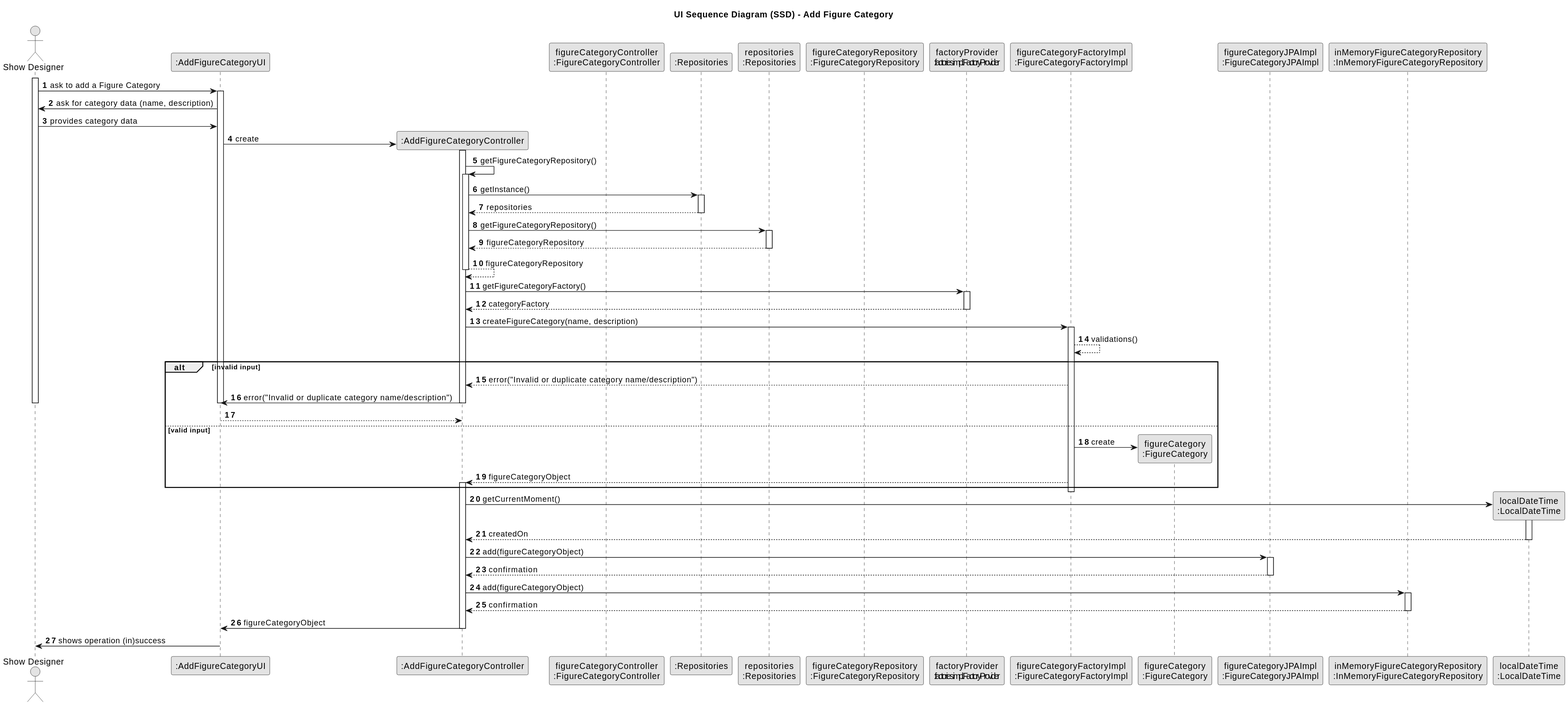
The PlantUML diagram docs/planning/sprint2/EAPLI/US245 - Add figure category/03.design/svg/us245-sequence-diagram-full.svg in SAEmanuel/Shodrone_ISEP, before a commit.
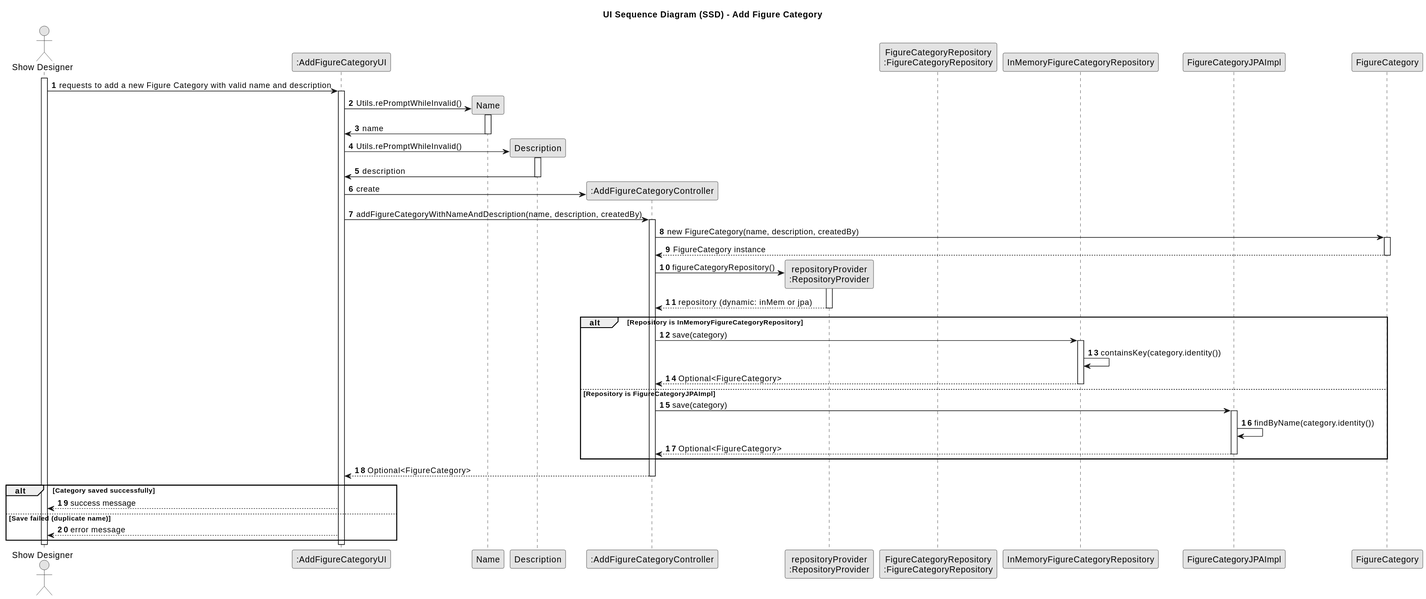
After the change.

Diff of the diagram source:
```diff
@@ -7,101 +7,70 @@
 
 autonumber
 
-actor "Show Designer" as showDesigner
+actor "Show Designer" as SD
 participant ":AddFigureCategoryUI" as UI
+participant "Name" as name
+participant "Description" as desc
 participant ":AddFigureCategoryController" as CTRL
-participant "figureCategoryController\n:FigureCategoryController" as catCtrl
-participant ":Repositories" as RepositorySingleton
-participant "repositories\n:Repositories" as PLAT
-participant "figureCategoryRepository\n:FigureCategoryRepository" as catRepo
+participant "repositoryProvider\n:RepositoryProvider" as provider
+participant "FigureCategoryRepository\n:FigureCategoryRepository" as interface
+participant "InMemoryFigureCategoryRepository" as inMem
+participant "FigureCategoryJPAImpl" as jpa
+participant "FigureCategory" as category
 
-participant "factoryProvider\n:FactoryProvider" as factProv
-participant "figureCategoryFactoryImpl\n:FigureCategoryFactoryImpl" as catFactImpl
-participant "figureCategory\n:FigureCategory" as figureCategory
-participant "figureCategoryJPAImpl\n:FigureCategoryJPAImpl" as catJPA
-participant "inMemoryFigureCategoryRepository\n:InMemoryFigureCategoryRepository" as catMem
+activate SD
 
-participant "localDateTime\n:LocalDateTime" as localTime
+SD -> UI : requests to add a new Figure Category with valid name and description
+activate UI
 
-activate showDesigner
+UI -> name**: Utils.rePromptWhileInvalid()
+activate name
+name -> UI: name
+deactivate name
 
-    showDesigner -> UI : ask to add a Figure Category
-    activate UI
+UI -> desc**: Utils.rePromptWhileInvalid()
+activate desc
+desc -> UI: description
+deactivate desc
 
-    UI -> showDesigner : ask for category data (name, description)
-    showDesigner -> UI : provides category data
+UI -> CTRL **: create
+UI -> CTRL : addFigureCategoryWithNameAndDescription(name, description, createdBy)
+activate CTRL
 
-    UI -> CTRL** : create
+CTRL -> category : new FigureCategory(name, description, createdBy)
+activate category
+category --> CTRL : FigureCategory instance
+deactivate category
 
-    activate CTRL
+CTRL -> provider ** : figureCategoryRepository()
+activate provider
+provider --> CTRL : repository (dynamic: inMem or jpa)
+deactivate provider
 
-        CTRL -> CTRL : getFigureCategoryRepository()
-        activate CTRL
+alt Repository is InMemoryFigureCategoryRepository
+    CTRL -> inMem: save(category)
+    activate inMem
+    inMem -> inMem: containsKey(category.identity())
+    inMem --> CTRL: Optional<FigureCategory>
+    deactivate inMem
 
-            CTRL -> RepositorySingleton : getInstance()
-            activate RepositorySingleton
+else Repository is FigureCategoryJPAImpl
+    CTRL -> jpa: save(category)
+    activate jpa
+    jpa -> jpa: findByName(category.identity())
+    jpa --> CTRL: Optional<FigureCategory>
+    deactivate jpa
+end
 
-                RepositorySingleton --> CTRL: repositories
-            deactivate RepositorySingleton
+CTRL --> UI: Optional<FigureCategory>
+deactivate CTRL
 
-            CTRL -> PLAT : getFigureCategoryRepository()
-            activate PLAT
-
-                PLAT --> CTRL: figureCategoryRepository
-            deactivate PLAT
-            CTRL --> CTRL : figureCategoryRepository
-
-        deactivate CTRL
-
-        CTRL -> factProv : getFigureCategoryFactory()
-        activate factProv
-
-            factProv --> CTRL : categoryFactory
-        deactivate factProv
-
-        CTRL -> catFactImpl : createFigureCategory(name, description)
-        activate catFactImpl
-            catFactImpl --> catFactImpl : validations()
-            alt invalid input
-                catFactImpl --> CTRL : error("Invalid or duplicate category name/description")
-                CTRL -> UI : error("Invalid or duplicate category name/description")
-                deactivate CTRL
-                deactivate UI
-                deactivate showDesigner
-                return
-            else valid input
-                catFactImpl -> figureCategory**: create
-
-                catFactImpl --> CTRL : figureCategoryObject
-                activate CTRL
-
-            end
-        deactivate catFactImpl
-
-        CTRL -> localTime** : getCurrentMoment()
-        activate localTime
-
-            localTime --> CTRL : createdOn
-        deactivate localTime
-
-        CTRL -> catJPA : add(figureCategoryObject)
-        deactivate catFactImpl
-        activate catJPA
-
-            catJPA --> CTRL : confirmation
-        deactivate catJPA
-
-        CTRL -> catMem : add(figureCategoryObject)
-        activate catMem
-
-            catMem --> CTRL : confirmation
-        deactivate catMem
-
-        CTRL -> UI : figureCategoryObject
-    deactivate CTRL
-
-    UI -> showDesigner : shows operation (in)success
+alt Category saved successfully
+    UI --> SD: success message
+else Save failed (duplicate name)
+    UI --> SD: error message
+end
 
 deactivate UI
-deactivate showDesigner
+deactivate SD
 @enduml
```
